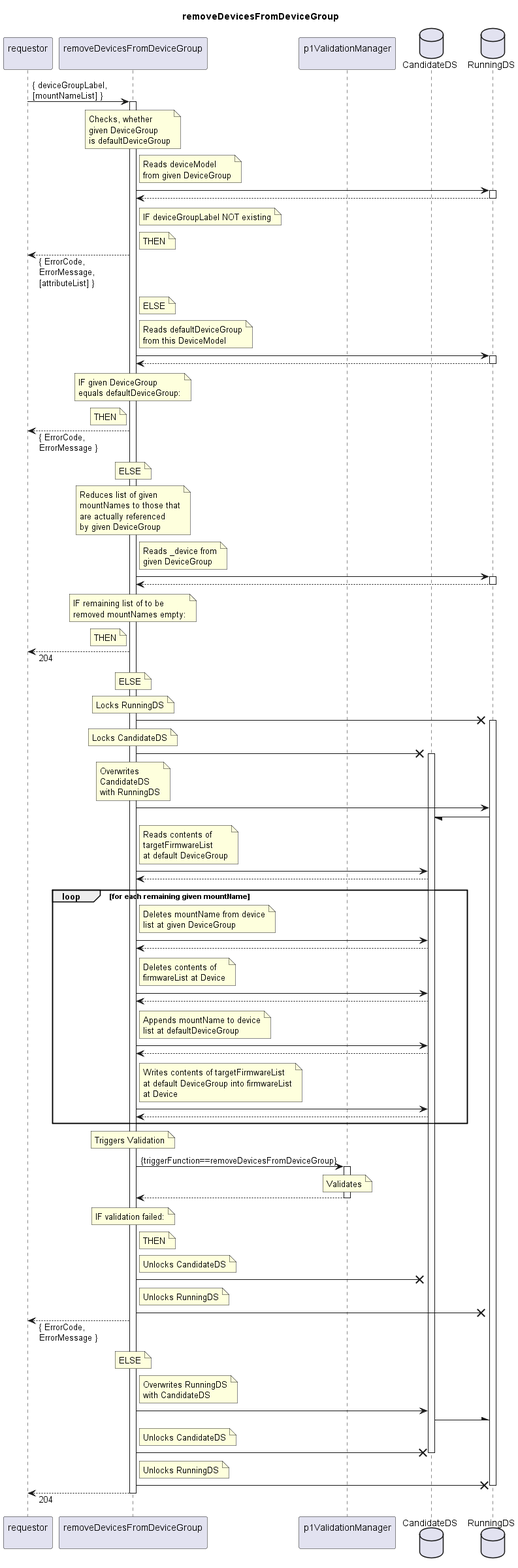
Above: spec/Services/removeDevicesFromDeviceGroup/1.0.0/removeDevicesFromDeviceGroup.png in openBackhaul/FirmWareManager (PlantUML), before the change.
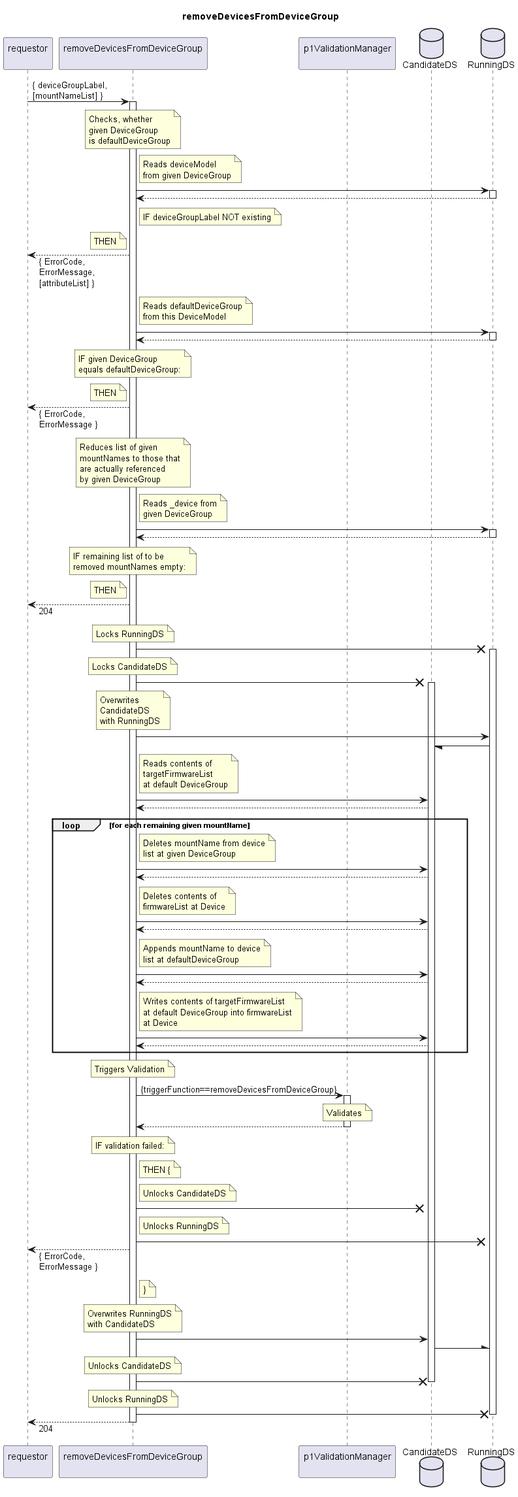
Later version of the same file.

The edit, as a diff of the source:
```diff
@@ -30,13 +30,10 @@
   note right indServ
     IF deviceGroupLabel NOT existing
   end note
-  note right indServ
+  note left indServ
     THEN
   end note
   requestor <-- indServ: { ErrorCode,\nErrorMessage,\n[attributeList] }
-  note right indServ
-    ELSE
-  end note
 
   note right indServ
     Reads defaultDeviceGroup
@@ -54,9 +51,6 @@
     THEN
   end note
   requestor <-- indServ: { ErrorCode,\nErrorMessage }
-  note over indServ
-    ELSE
-  end note
 
   note over indServ
     Reduces list of given
@@ -80,9 +74,6 @@
     THEN
   end note
   requestor <-- indServ: 204
-  note over indServ
-    ELSE
-  end note
 
   note over indServ
     Locks RunningDS
@@ -155,7 +146,7 @@
     IF validation failed:
   end note
   note right indServ
-    THEN
+    THEN {
   end note
   note right indServ
     Unlocks CandidateDS
@@ -166,22 +157,22 @@
   end note
   indServ -X RunDS
   requestor <-- indServ: { ErrorCode,\nErrorMessage }
-  note over indServ
-    ELSE
+  note right indServ
+    }
   end note
 
-  note right indServ
+  note over indServ
     Overwrites RunningDS
     with CandidateDS
   end note
   indServ -> CanDS
   CanDS -\ RunDS
-  note right indServ
+  note over indServ
     Unlocks CandidateDS
   end note
   indServ -X CanDS
   deactivate CanDS
-  note right indServ
+  note over indServ
     Unlocks RunningDS
   end note
   indServ -X RunDS
```
